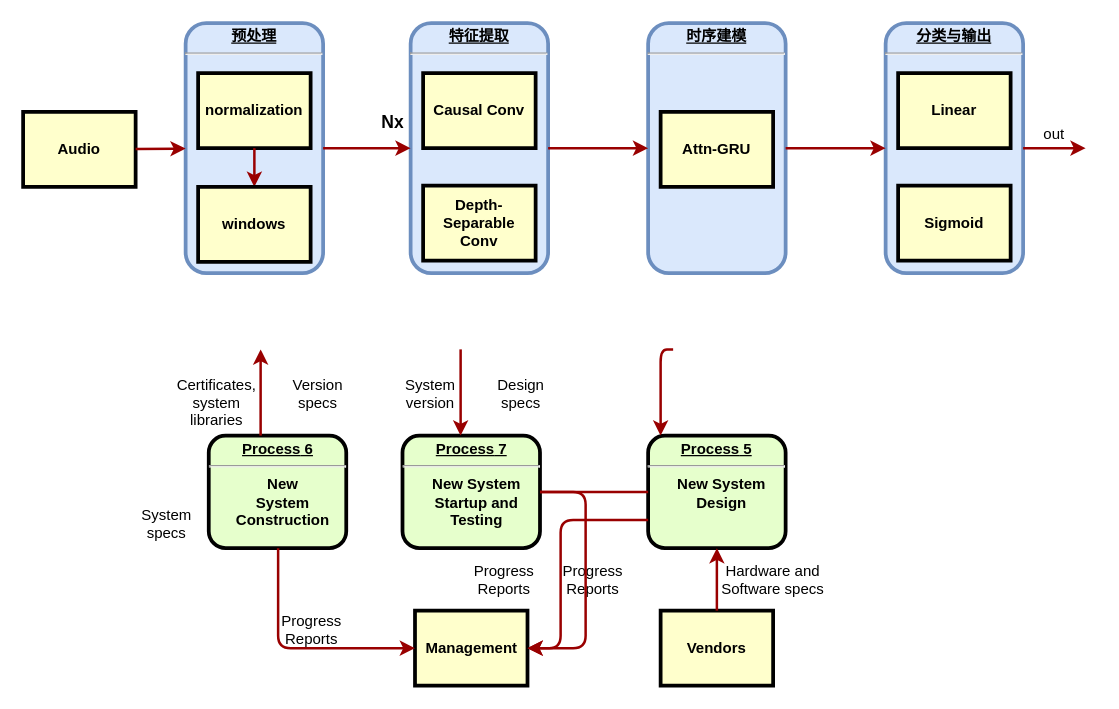
Before: example/未命名绘图.drawio in cwhm123/vue-notifyjs, a draw.io diagram. Source tidied: cells renumbered, new cells numbered last; positions are measured from the earlier drawing's top-left corner, leaving out a move shared by most shapes. Both pictures are drawn from the tidied source at 125%, with x=0, y=0 at pixel (22, 22).
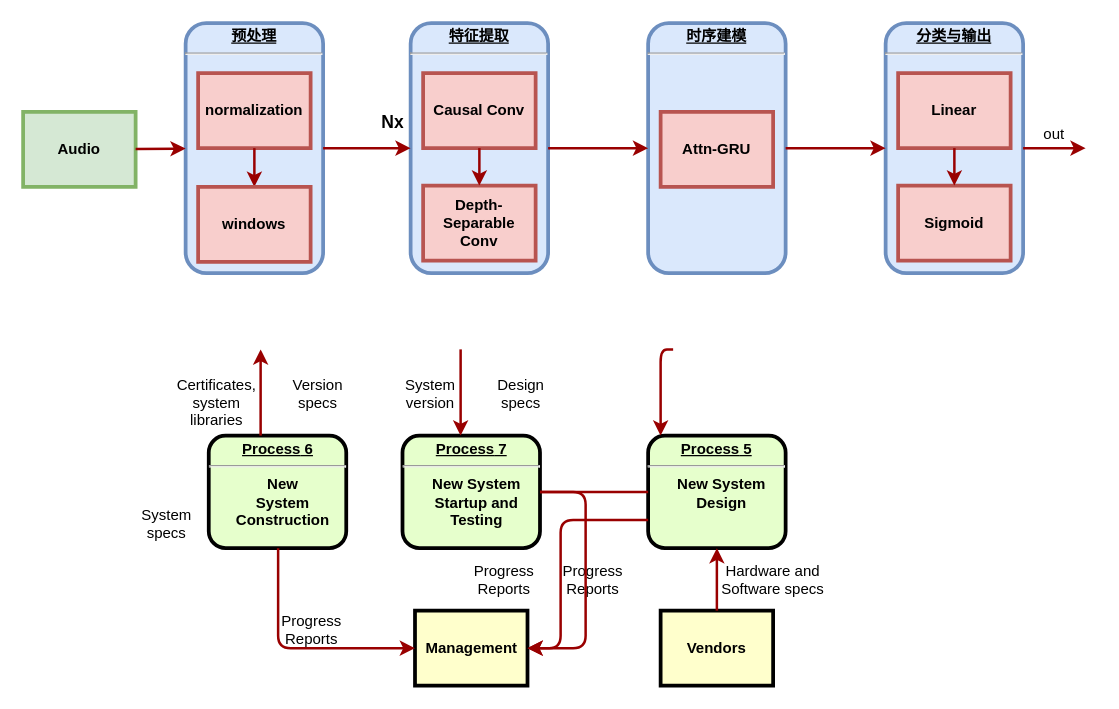
The same page after the edit.

Diff of the diagram source:
```diff
@@
-    <mxCell id="3" value="Audio" style="whiteSpace=wrap;align=center;verticalAlign=middle;fontStyle=1;strokeWidth=3;fillColor=#FFFFCC;" parent="1" vertex="1">
+    <mxCell id="3" value="Audio" style="whiteSpace=wrap;align=center;verticalAlign=middle;fontStyle=1;strokeWidth=3;fillColor=#d5e8d4;strokeColor=#82b366;" parent="1" vertex="1">
       <mxGeometry y="71" width="90" height="60" as="geometry" />
     </mxCell>
@@
-    <mxCell id="10" value="normalization" style="whiteSpace=wrap;align=center;verticalAlign=middle;fontStyle=1;strokeWidth=3;fillColor=#FFFFCC;" parent="1" vertex="1">
+    <mxCell id="10" value="normalization" style="whiteSpace=wrap;align=center;verticalAlign=middle;fontStyle=1;strokeWidth=3;fillColor=#f8cecc;strokeColor=#b85450;" parent="1" vertex="1">
       <mxGeometry x="140" y="40" width="90" height="60" as="geometry" />
     </mxCell>
@@
-    <mxCell id="37" value="Sigmoid" style="whiteSpace=wrap;align=center;verticalAlign=middle;fontStyle=1;strokeWidth=3;fillColor=#FFFFCC;" parent="1" vertex="1">
+    <mxCell id="37" value="Sigmoid" style="whiteSpace=wrap;align=center;verticalAlign=middle;fontStyle=1;strokeWidth=3;fillColor=#f8cecc;strokeColor=#b85450;" parent="1" vertex="1">
       <mxGeometry x="700" y="130" width="90" height="60" as="geometry" />
     </mxCell>
-    <mxCell id="38" value="Linear" style="whiteSpace=wrap;align=center;verticalAlign=middle;fontStyle=1;strokeWidth=3;fillColor=#FFFFCC;" parent="1" vertex="1">
+    <mxCell id="38" value="Linear" style="whiteSpace=wrap;align=center;verticalAlign=middle;fontStyle=1;strokeWidth=3;fillColor=#f8cecc;strokeColor=#b85450;" parent="1" vertex="1">
       <mxGeometry x="700" y="40" width="90" height="60" as="geometry" />
     </mxCell>
-    <mxCell id="39" value="Attn-GRU" style="whiteSpace=wrap;align=center;verticalAlign=middle;fontStyle=1;strokeWidth=3;fillColor=#FFFFCC;" parent="1" vertex="1">
+    <mxCell id="39" value="Attn-GRU" style="whiteSpace=wrap;align=center;verticalAlign=middle;fontStyle=1;strokeWidth=3;fillColor=#f8cecc;strokeColor=#b85450;" parent="1" vertex="1">
       <mxGeometry x="510" y="71" width="90" height="60" as="geometry" />
     </mxCell>
-    <mxCell id="40" value="Depth-Separable Conv" style="whiteSpace=wrap;align=center;verticalAlign=middle;fontStyle=1;strokeWidth=3;fillColor=#FFFFCC;" parent="1" vertex="1">
+    <mxCell id="40" value="Depth-Separable Conv" style="whiteSpace=wrap;align=center;verticalAlign=middle;fontStyle=1;strokeWidth=3;fillColor=#f8cecc;strokeColor=#b85450;" parent="1" vertex="1">
       <mxGeometry x="320" y="130" width="90" height="60" as="geometry" />
     </mxCell>
-    <mxCell id="41" value="Causal Conv" style="whiteSpace=wrap;align=center;verticalAlign=middle;fontStyle=1;strokeWidth=3;fillColor=#FFFFCC;" parent="1" vertex="1">
+    <mxCell id="41" value="Causal Conv" style="whiteSpace=wrap;align=center;verticalAlign=middle;fontStyle=1;strokeWidth=3;fillColor=#f8cecc;strokeColor=#b85450;" parent="1" vertex="1">
       <mxGeometry x="320" y="40" width="90" height="60" as="geometry" />
     </mxCell>
-    <mxCell id="42" value="windows" style="whiteSpace=wrap;align=center;verticalAlign=middle;fontStyle=1;strokeWidth=3;fillColor=#FFFFCC;" parent="1" vertex="1">
+    <mxCell id="42" value="windows" style="whiteSpace=wrap;align=center;verticalAlign=middle;fontStyle=1;strokeWidth=3;fillColor=#f8cecc;strokeColor=#b85450;" parent="1" vertex="1">
       <mxGeometry x="140" y="131" width="90" height="60" as="geometry" />
     </mxCell>
@@
+    <mxCell id="44" style="edgeStyle=elbowEdgeStyle;elbow=horizontal;strokeColor=#990000;strokeWidth=2;exitX=0.5;exitY=1;exitDx=0;exitDy=0;entryX=0.5;entryY=0;entryDx=0;entryDy=0;" parent="1" edge="1" source="41" target="40">
+      <mxGeometry relative="1" as="geometry" />
+    </mxCell>
+    <mxCell id="45" style="edgeStyle=elbowEdgeStyle;elbow=horizontal;strokeColor=#990000;strokeWidth=2;exitX=0.5;exitY=1;exitDx=0;exitDy=0;entryX=0.5;entryY=0;entryDx=0;entryDy=0;" parent="1" edge="1" source="38" target="37">
+      <mxGeometry relative="1" as="geometry" />
+    </mxCell>
```
